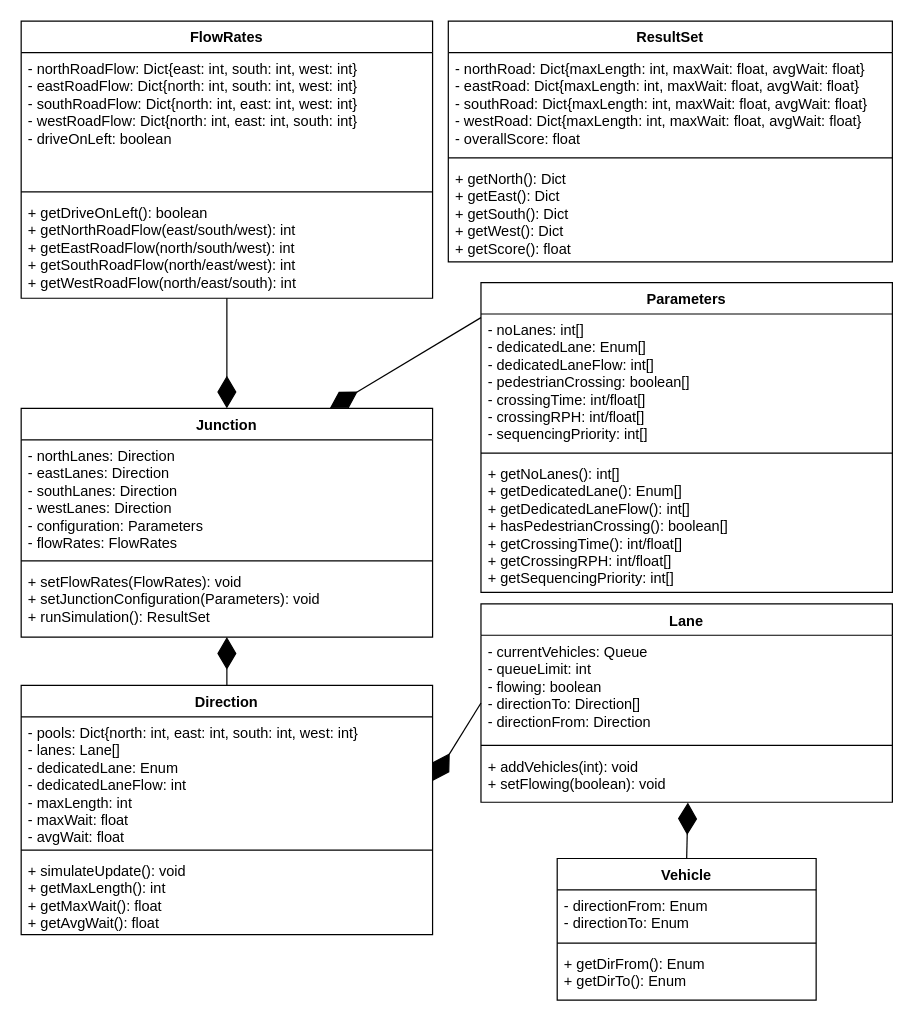
Above: deliverables/planningDesign/JunctionSimulationClassDiagram.drawio in antonizyla/cs261 (draw.io), before the change. Source tidied: cells renumbered, new cells numbered last; positions are measured from the earlier drawing's top-left corner, leaving out a move shared by most shapes. Both pictures are drawn from the tidied source at 121%, with x=0, y=0 at pixel (21, 21).
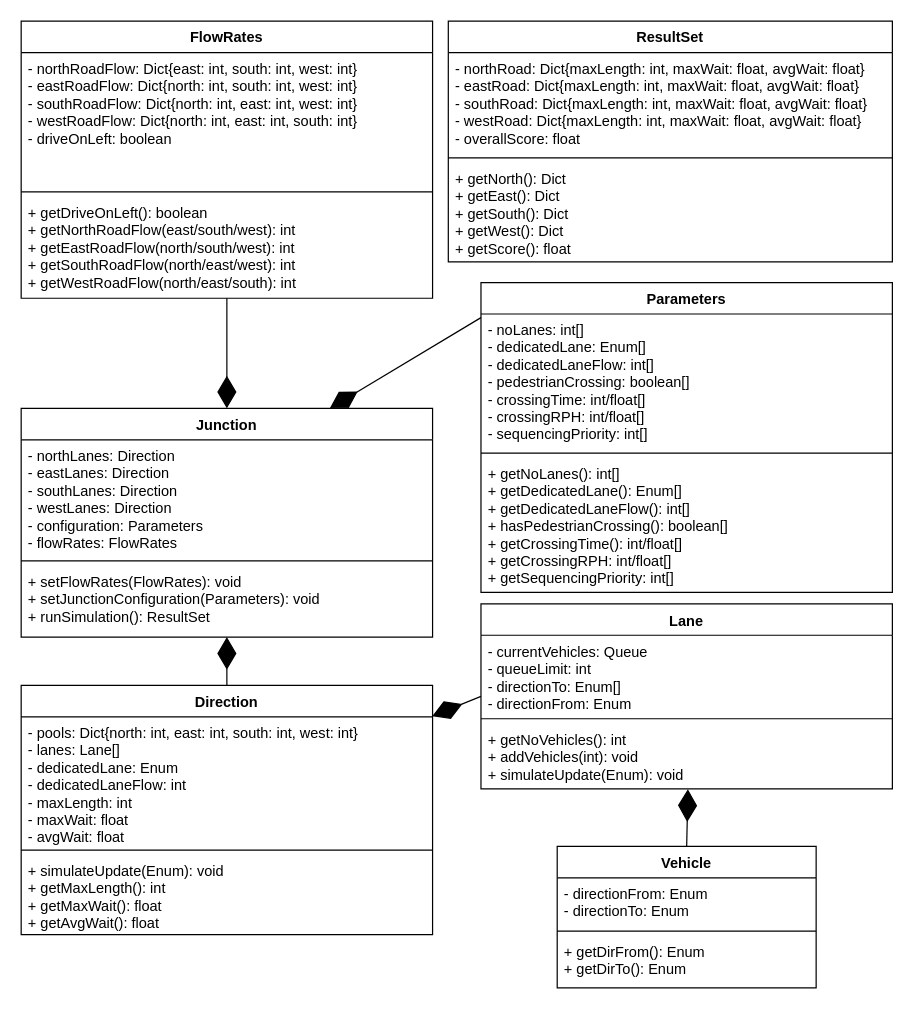
After the change.

Commit message (it also covers changes not shown here):
Updated class diagram

The change refers to these unchanged cells:
```xml
<mxCell id="26" value="Direction" style="swimlane;fontStyle=1;align=center;verticalAlign=top;horizontal=1;startSize=26;whiteSpace=wrap;html=1;" parent="1" vertex="1">
  <mxGeometry y="549" width="340" height="206" as="geometry" />
</mxCell>
<mxCell id="27" value="&lt;div&gt;- pools: Dict{north: int, east: int, south: int, west: int}&lt;/div&gt;&lt;div&gt;- lanes: Lane[]&lt;/div&gt;&lt;div&gt;- dedicatedLane: Enum&lt;br&gt;&lt;/div&gt;&lt;div&gt;- dedicatedLaneFlow: int&lt;br&gt;&lt;/div&gt;&lt;div&gt;- maxLength: int&lt;/div&gt;&lt;div&gt;&lt;div&gt;- maxWait: float&lt;br&gt;&lt;/div&gt;- avgWait: float&lt;/div&gt;" style="text;strokeColor=none;fillColor=none;align=left;verticalAlign=top;spacingLeft=4;spacingRight=4;overflow=hidden;points=[[0,0.5],[1,0.5]];portConstraint=eastwest;whiteSpace=wrap;html=1;" parent="26" vertex="1">
  <mxGeometry y="26" width="340" height="106" as="geometry" />
</mxCell>
```

Diff of the diagram source:
```diff
@@
     <mxCell id="2" value="Vehicle" style="swimlane;fontStyle=1;align=center;verticalAlign=top;horizontal=1;startSize=26;whiteSpace=wrap;html=1;" parent="1" vertex="1">
-      <mxGeometry x="443" y="692" width="214" height="117" as="geometry" />
+      <mxGeometry x="443" y="682" width="214" height="117" as="geometry" />
     </mxCell>
@@
     <mxCell id="10" value="Lane" style="swimlane;fontStyle=1;align=center;verticalAlign=top;horizontal=1;startSize=26;whiteSpace=wrap;html=1;" parent="1" vertex="1">
-      <mxGeometry x="380" y="481.5" width="340" height="164" as="geometry" />
+      <mxGeometry x="380" y="481.5" width="340" height="153" as="geometry" />
     </mxCell>
-    <mxCell id="11" value="&lt;div&gt;- currentVehicles: Queue&lt;/div&gt;&lt;div&gt;- queueLimit: int&lt;br&gt;&lt;/div&gt;&lt;div&gt;- flowing: boolean&lt;/div&gt;&lt;div&gt;- directionTo: Direction[]&lt;br&gt;&lt;/div&gt;&lt;div&gt;- directionFrom: Direction&lt;br&gt;&lt;/div&gt;&lt;br&gt;&lt;div&gt;&lt;br&gt;&lt;/div&gt;" style="text;strokeColor=none;fillColor=none;align=left;verticalAlign=top;spacingLeft=4;spacingRight=4;overflow=hidden;whiteSpace=wrap;html=1;" parent="10" vertex="1">
-      <mxGeometry y="26" width="340" height="87" as="geometry" />
+    <mxCell id="11" value="&lt;div&gt;- currentVehicles: Queue&lt;/div&gt;&lt;div&gt;- queueLimit: int&lt;br&gt;&lt;/div&gt;&lt;div&gt;- directionTo: Enum[]&lt;br&gt;&lt;/div&gt;&lt;div&gt;- directionFrom: Enum&lt;br&gt;&lt;/div&gt;&lt;br&gt;&lt;div&gt;&lt;br&gt;&lt;/div&gt;" style="text;strokeColor=none;fillColor=none;align=left;verticalAlign=top;spacingLeft=4;spacingRight=4;overflow=hidden;whiteSpace=wrap;html=1;" parent="10" vertex="1">
+      <mxGeometry y="26" width="340" height="65" as="geometry" />
     </mxCell>
     <mxCell id="12" style="line;strokeWidth=1;fillColor=none;align=left;verticalAlign=middle;spacingTop=-1;spacingLeft=3;spacingRight=3;labelPosition=right;strokeColor=inherit;" parent="10" vertex="1">
-      <mxGeometry y="113" width="340" height="8" as="geometry" />
+      <mxGeometry y="91" width="340" height="8" as="geometry" />
     </mxCell>
-    <mxCell id="13" value="&lt;div&gt;+ addVehicles(int): void&lt;/div&gt;&lt;div&gt;+ setFlowing(boolean): void&lt;br&gt;&lt;/div&gt;&lt;div&gt;&lt;br&gt;&lt;/div&gt;" style="text;strokeColor=none;fillColor=none;align=left;verticalAlign=top;spacingLeft=4;spacingRight=4;overflow=hidden;points=[[0,0.5],[1,0.5]];portConstraint=eastwest;whiteSpace=wrap;html=1;" parent="10" vertex="1">
-      <mxGeometry y="121" width="340" height="43" as="geometry" />
+    <mxCell id="13" value="&lt;div&gt;+ getNoVehicles(): int&lt;br&gt;&lt;/div&gt;&lt;div&gt;+ addVehicles(int): void&lt;/div&gt;&lt;div&gt;+ simulateUpdate(Enum): void&lt;br&gt;&lt;/div&gt;&lt;div&gt;&lt;br&gt;&lt;/div&gt;" style="text;strokeColor=none;fillColor=none;align=left;verticalAlign=top;spacingLeft=4;spacingRight=4;overflow=hidden;points=[[0,0.5],[1,0.5]];portConstraint=eastwest;whiteSpace=wrap;html=1;" parent="10" vertex="1">
+      <mxGeometry y="99" width="340" height="54" as="geometry" />
     </mxCell>
@@
-    <mxCell id="29" value="&lt;div&gt;+ simulateUpdate(): void&lt;/div&gt;&lt;div&gt;+ getMaxLength(): int&lt;/div&gt;&lt;div&gt;+ getMaxWait(): float&lt;/div&gt;&lt;div&gt;+ getAvgWait(): float&lt;br&gt;&lt;/div&gt;&lt;div&gt;&lt;br&gt;&lt;br&gt;&lt;/div&gt;" style="text;strokeColor=none;fillColor=none;align=left;verticalAlign=top;spacingLeft=4;spacingRight=4;overflow=hidden;whiteSpace=wrap;html=1;" parent="26" vertex="1">
+    <mxCell id="29" value="&lt;div&gt;+ simulateUpdate(Enum): void&lt;/div&gt;&lt;div&gt;+ getMaxLength(): int&lt;/div&gt;&lt;div&gt;+ getMaxWait(): float&lt;/div&gt;&lt;div&gt;+ getAvgWait(): float&lt;br&gt;&lt;/div&gt;&lt;div&gt;&lt;br&gt;&lt;br&gt;&lt;/div&gt;" style="text;strokeColor=none;fillColor=none;align=left;verticalAlign=top;spacingLeft=4;spacingRight=4;overflow=hidden;whiteSpace=wrap;html=1;" parent="26" vertex="1">
       <mxGeometry y="140" width="340" height="66" as="geometry" />
     </mxCell>
@@
-    <mxCell id="33" style="endArrow=diamondThin;endFill=1;endSize=24;html=1;rounded=0;entryX=1;entryY=0.5;entryDx=0;entryDy=0;exitX=0;exitY=0.5;exitDx=0;exitDy=0;" parent="1" edge="1" source="10" target="27">
+    <mxCell id="33" style="endArrow=diamondThin;endFill=1;endSize=24;html=1;rounded=0;entryX=0.999;entryY=-0.005;entryDx=0;entryDy=0;exitX=0;exitY=0.5;exitDx=0;exitDy=0;entryPerimeter=0;" parent="1" edge="1" source="10" target="27">
       <mxGeometry relative="1" as="geometry" />
     </mxCell>
```
